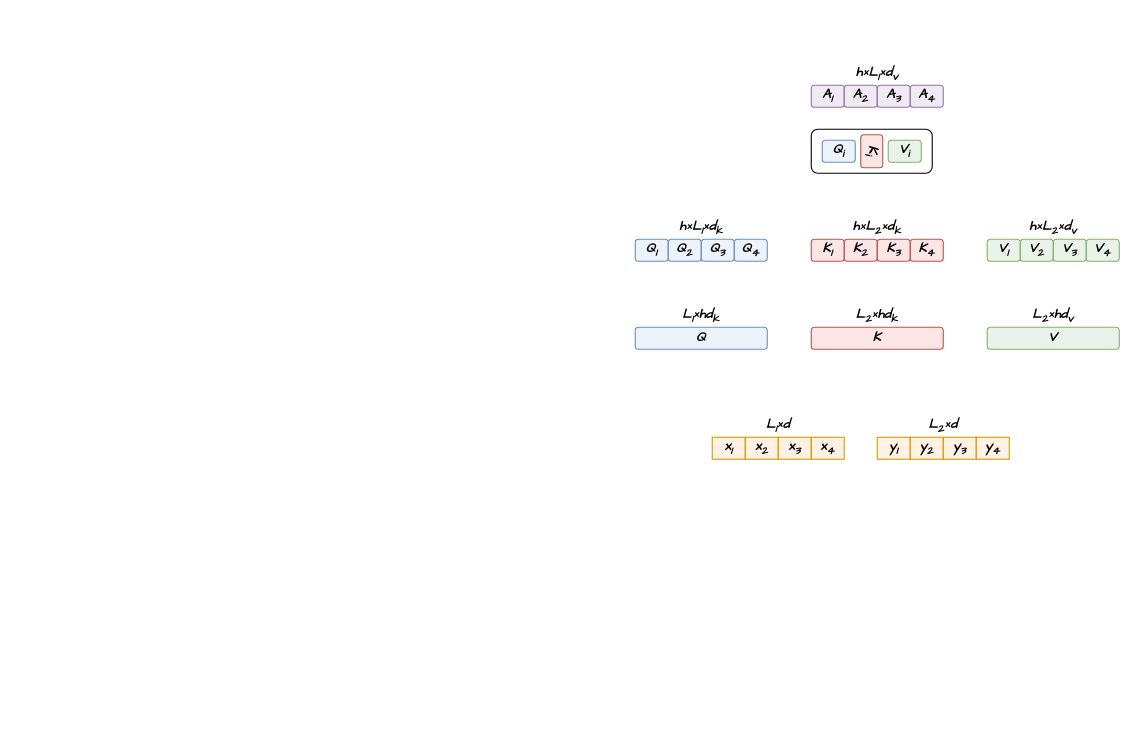
Earlier version of the draw.io diagram page "第 3 页" (3 of 3) of 未命名绘图2.drawio (ZhangzeqingCN/api-project). Source tidied: cells renumbered, new cells numbered last; positions are measured from the earlier drawing's top-left corner, leaving out a move shared by most shapes. Both pictures are drawn from the tidied source at 110%, with x=0, y=0 at pixel (635, 63).
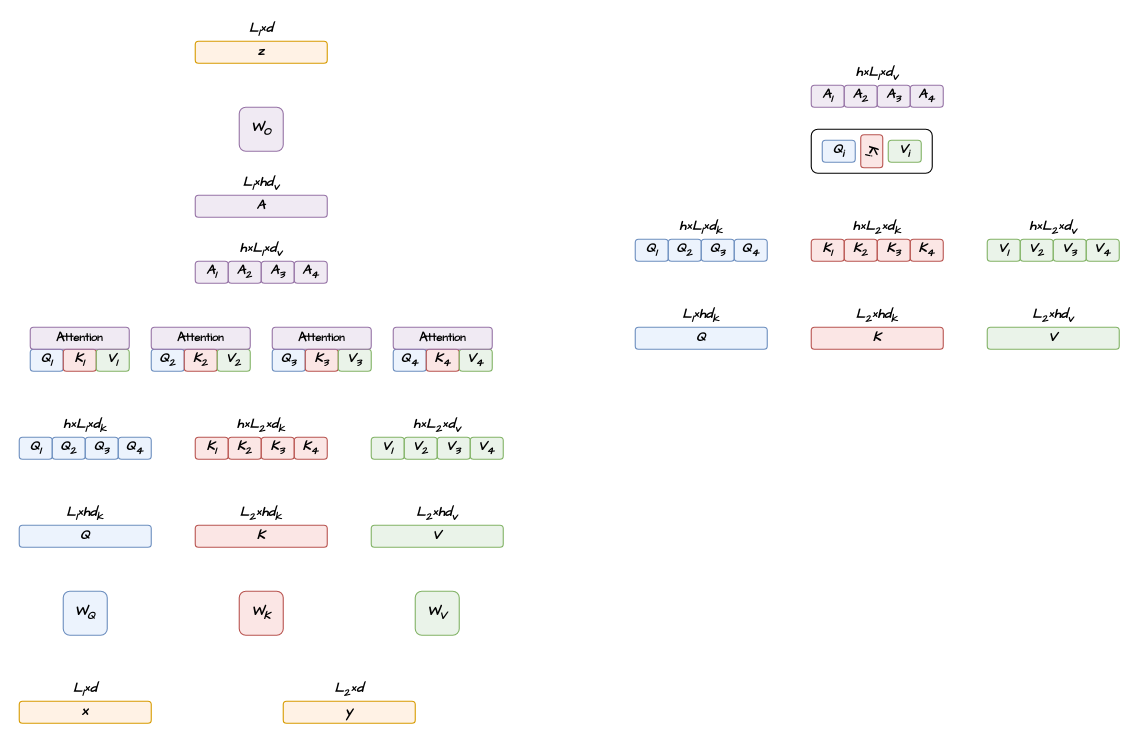
Above is the later version.

Commit message (it also covers changes not shown here):
更新未命名绘图2.drawio

Change to the diagram source:
```diff
@@
-    <mxCell id="18" value="&lt;span&gt;&lt;span&gt;x&lt;sub&gt;1&lt;/sub&gt;&lt;/span&gt;&lt;/span&gt;" style="rounded=0;whiteSpace=wrap;html=1;rotation=0;fillColor=#ffe6cc;strokeColor=#d79b00;fillOpacity=50;fontFamily=Comic Sans MS;fontStyle=3;" parent="1" vertex="1">
-      <mxGeometry x="70" y="340" width="30" height="20" as="geometry" />
-    </mxCell>
-    <mxCell id="19" value="&lt;span&gt;&lt;span&gt;x&lt;sub&gt;2&lt;/sub&gt;&lt;/span&gt;&lt;/span&gt;" style="rounded=0;whiteSpace=wrap;html=1;rotation=0;fillColor=#ffe6cc;strokeColor=#d79b00;fillOpacity=50;fontFamily=Comic Sans MS;fontStyle=3;" parent="1" vertex="1">
-      <mxGeometry x="100" y="340" width="30" height="20" as="geometry" />
-    </mxCell>
-    <mxCell id="20" value="&lt;span&gt;&lt;span&gt;x&lt;sub&gt;3&lt;/sub&gt;&lt;/span&gt;&lt;/span&gt;" style="rounded=0;whiteSpace=wrap;html=1;rotation=0;fillColor=#ffe6cc;strokeColor=#d79b00;fillOpacity=50;fontFamily=Comic Sans MS;fontStyle=3;" parent="1" vertex="1">
-      <mxGeometry x="130" y="340" width="30" height="20" as="geometry" />
-    </mxCell>
-    <mxCell id="21" value="&lt;span&gt;&lt;span&gt;x&lt;sub&gt;4&lt;/sub&gt;&lt;/span&gt;&lt;/span&gt;" style="rounded=0;whiteSpace=wrap;html=1;rotation=0;fillColor=#ffe6cc;strokeColor=#d79b00;fillOpacity=50;fontFamily=Comic Sans MS;fontStyle=3;" parent="1" vertex="1">
-      <mxGeometry x="160" y="340" width="30" height="20" as="geometry" />
-    </mxCell>
-    <mxCell id="22" value="&lt;font&gt;&lt;span&gt;&lt;span&gt;L&lt;sub&gt;1&lt;/sub&gt;×d&lt;/span&gt;&lt;/span&gt;&lt;/font&gt;" style="text;html=1;align=center;verticalAlign=middle;whiteSpace=wrap;rounded=0;fontFamily=Comic Sans MS;fontStyle=3;" parent="1" vertex="1">
-      <mxGeometry x="70" y="320" width="120" height="20" as="geometry" />
-    </mxCell>
-    <mxCell id="23" value="&lt;span&gt;&lt;span&gt;y&lt;sub&gt;1&lt;/sub&gt;&lt;/span&gt;&lt;/span&gt;" style="rounded=0;whiteSpace=wrap;html=1;rotation=0;fillColor=#ffe6cc;strokeColor=#d79b00;fillOpacity=50;fontFamily=Comic Sans MS;fontStyle=3;" parent="1" vertex="1">
-      <mxGeometry x="220" y="340" width="30" height="20" as="geometry" />
-    </mxCell>
-    <mxCell id="24" value="&lt;span&gt;&lt;span&gt;y&lt;sub&gt;2&lt;/sub&gt;&lt;/span&gt;&lt;/span&gt;" style="rounded=0;whiteSpace=wrap;html=1;rotation=0;fillColor=#ffe6cc;strokeColor=#d79b00;fillOpacity=50;fontFamily=Comic Sans MS;fontStyle=3;" parent="1" vertex="1">
-      <mxGeometry x="250" y="340" width="30" height="20" as="geometry" />
-    </mxCell>
-    <mxCell id="25" value="&lt;span&gt;&lt;span&gt;y&lt;sub&gt;3&lt;/sub&gt;&lt;/span&gt;&lt;/span&gt;" style="rounded=0;whiteSpace=wrap;html=1;rotation=0;fillColor=#ffe6cc;strokeColor=#d79b00;fillOpacity=50;fontFamily=Comic Sans MS;fontStyle=3;" parent="1" vertex="1">
-      <mxGeometry x="280" y="340" width="30" height="20" as="geometry" />
-    </mxCell>
-    <mxCell id="26" value="&lt;span&gt;&lt;span&gt;y&lt;sub&gt;4&lt;/sub&gt;&lt;/span&gt;&lt;/span&gt;" style="rounded=0;whiteSpace=wrap;html=1;rotation=0;fillColor=#ffe6cc;strokeColor=#d79b00;fillOpacity=50;fontFamily=Comic Sans MS;fontStyle=3;" parent="1" vertex="1">
-      <mxGeometry x="310" y="340" width="30" height="20" as="geometry" />
-    </mxCell>
-    <mxCell id="27" value="&lt;font&gt;&lt;span&gt;&lt;span&gt;L&lt;sub&gt;2&lt;/sub&gt;×d&lt;/span&gt;&lt;/span&gt;&lt;/font&gt;" style="text;html=1;align=center;verticalAlign=middle;whiteSpace=wrap;rounded=0;fontFamily=Comic Sans MS;fontStyle=3;" parent="1" vertex="1">
-      <mxGeometry x="220" y="320" width="120" height="20" as="geometry" />
-    </mxCell>
@@
+    <mxCell id="43" value="&lt;span&gt;&lt;span&gt;Q&lt;/span&gt;&lt;/span&gt;" style="rounded=1;whiteSpace=wrap;html=1;rotation=0;fillColor=#dae8fc;strokeColor=#6c8ebf;fillOpacity=50;fontFamily=Comic Sans MS;fontStyle=3;" parent="1" vertex="1">
+      <mxGeometry x="-560" y="420" width="120" height="20" as="geometry" />
+    </mxCell>
+    <mxCell id="44" value="&lt;font&gt;&lt;span&gt;&lt;span&gt;L&lt;sub&gt;1&lt;/sub&gt;×hd&lt;sub&gt;k&lt;/sub&gt;&lt;/span&gt;&lt;/span&gt;&lt;/font&gt;" style="text;html=1;align=center;verticalAlign=middle;whiteSpace=wrap;rounded=0;fontFamily=Comic Sans MS;fontStyle=3;" parent="1" vertex="1">
+      <mxGeometry x="-560" y="400" width="120" height="20" as="geometry" />
+    </mxCell>
+    <mxCell id="45" value="&lt;span&gt;&lt;span&gt;Q&lt;sub&gt;1&lt;/sub&gt;&lt;/span&gt;&lt;/span&gt;" style="rounded=1;whiteSpace=wrap;html=1;rotation=0;fillColor=#dae8fc;strokeColor=#6c8ebf;fillOpacity=50;fontFamily=Comic Sans MS;fontStyle=3;" parent="1" vertex="1">
+      <mxGeometry x="-560" y="340" width="30" height="20" as="geometry" />
+    </mxCell>
+    <mxCell id="46" value="&lt;span&gt;&lt;span&gt;Q&lt;sub&gt;2&lt;/sub&gt;&lt;/span&gt;&lt;/span&gt;" style="rounded=1;whiteSpace=wrap;html=1;rotation=0;fillColor=#dae8fc;strokeColor=#6c8ebf;fillOpacity=50;fontFamily=Comic Sans MS;fontStyle=3;" parent="1" vertex="1">
+      <mxGeometry x="-530" y="340" width="30" height="20" as="geometry" />
+    </mxCell>
+    <mxCell id="47" value="&lt;span&gt;&lt;span&gt;Q&lt;sub&gt;3&lt;/sub&gt;&lt;/span&gt;&lt;/span&gt;" style="rounded=1;whiteSpace=wrap;html=1;rotation=0;fillColor=#dae8fc;strokeColor=#6c8ebf;fillOpacity=50;fontFamily=Comic Sans MS;fontStyle=3;" parent="1" vertex="1">
+      <mxGeometry x="-500" y="340" width="30" height="20" as="geometry" />
+    </mxCell>
+    <mxCell id="48" value="&lt;span&gt;&lt;span&gt;Q&lt;sub&gt;4&lt;/sub&gt;&lt;/span&gt;&lt;/span&gt;" style="rounded=1;whiteSpace=wrap;html=1;rotation=0;fillColor=#dae8fc;strokeColor=#6c8ebf;fillOpacity=50;fontFamily=Comic Sans MS;fontStyle=3;" parent="1" vertex="1">
+      <mxGeometry x="-470" y="340" width="30" height="20" as="geometry" />
+    </mxCell>
+    <mxCell id="49" value="&lt;font&gt;h×&lt;span&gt;&lt;span&gt;L&lt;sub&gt;1&lt;/sub&gt;×d&lt;sub&gt;k&lt;/sub&gt;&lt;/span&gt;&lt;/span&gt;&lt;/font&gt;" style="text;html=1;align=center;verticalAlign=middle;whiteSpace=wrap;rounded=0;fontFamily=Comic Sans MS;fontStyle=3;" parent="1" vertex="1">
+      <mxGeometry x="-560" y="320" width="120" height="20" as="geometry" />
+    </mxCell>
+    <mxCell id="50" value="&lt;span&gt;&lt;span&gt;K&lt;/span&gt;&lt;/span&gt;" style="rounded=1;whiteSpace=wrap;html=1;rotation=0;fillColor=#f8cecc;strokeColor=#b85450;fillOpacity=50;fontFamily=Comic Sans MS;fontStyle=3;" parent="1" vertex="1">
+      <mxGeometry x="-400" y="420" width="120" height="20" as="geometry" />
+    </mxCell>
+    <mxCell id="51" value="&lt;font&gt;&lt;span&gt;&lt;span&gt;L&lt;sub&gt;2&lt;/sub&gt;×hd&lt;sub&gt;k&lt;/sub&gt;&lt;/span&gt;&lt;/span&gt;&lt;/font&gt;" style="text;html=1;align=center;verticalAlign=middle;whiteSpace=wrap;rounded=0;fontFamily=Comic Sans MS;fontStyle=3;" parent="1" vertex="1">
+      <mxGeometry x="-400" y="400" width="120" height="20" as="geometry" />
+    </mxCell>
+    <mxCell id="52" value="&lt;span&gt;&lt;span&gt;V&lt;/span&gt;&lt;/span&gt;" style="rounded=1;whiteSpace=wrap;html=1;rotation=0;fillColor=#d5e8d4;strokeColor=#82b366;fillOpacity=50;fontFamily=Comic Sans MS;fontStyle=3;" parent="1" vertex="1">
+      <mxGeometry x="-240" y="420" width="120" height="20" as="geometry" />
+    </mxCell>
+    <mxCell id="53" value="&lt;font&gt;&lt;span&gt;&lt;span&gt;L&lt;sub&gt;2&lt;/sub&gt;×hd&lt;sub&gt;v&lt;/sub&gt;&lt;/span&gt;&lt;/span&gt;&lt;/font&gt;" style="text;html=1;align=center;verticalAlign=middle;whiteSpace=wrap;rounded=0;fontFamily=Comic Sans MS;fontStyle=3;" parent="1" vertex="1">
+      <mxGeometry x="-240" y="400" width="120" height="20" as="geometry" />
+    </mxCell>
+    <mxCell id="54" value="&lt;span&gt;&lt;span&gt;V&lt;sub&gt;1&lt;/sub&gt;&lt;/span&gt;&lt;/span&gt;" style="rounded=1;whiteSpace=wrap;html=1;rotation=0;fillColor=#d5e8d4;strokeColor=#82b366;fillOpacity=50;fontFamily=Comic Sans MS;fontStyle=3;" parent="1" vertex="1">
+      <mxGeometry x="-240" y="340" width="30" height="20" as="geometry" />
+    </mxCell>
+    <mxCell id="55" value="&lt;span&gt;&lt;span&gt;V&lt;sub&gt;2&lt;/sub&gt;&lt;/span&gt;&lt;/span&gt;" style="rounded=1;whiteSpace=wrap;html=1;rotation=0;fillColor=#d5e8d4;strokeColor=#82b366;fillOpacity=50;fontFamily=Comic Sans MS;fontStyle=3;" parent="1" vertex="1">
+      <mxGeometry x="-210" y="340" width="30" height="20" as="geometry" />
+    </mxCell>
+    <mxCell id="56" value="&lt;font&gt;h×&lt;span&gt;&lt;span&gt;L&lt;sub&gt;2&lt;/sub&gt;&lt;/span&gt;&lt;/span&gt;×&lt;span&gt;&lt;span&gt;d&lt;sub&gt;v&lt;/sub&gt;&lt;/span&gt;&lt;/span&gt;&lt;/font&gt;" style="text;html=1;align=center;verticalAlign=middle;whiteSpace=wrap;rounded=0;fontFamily=Comic Sans MS;fontStyle=3;" parent="1" vertex="1">
+      <mxGeometry x="-240" y="320" width="120" height="20" as="geometry" />
+    </mxCell>
+    <mxCell id="57" value="&lt;span&gt;&lt;span&gt;V&lt;sub&gt;3&lt;/sub&gt;&lt;/span&gt;&lt;/span&gt;" style="rounded=1;whiteSpace=wrap;html=1;rotation=0;fillColor=#d5e8d4;strokeColor=#82b366;fillOpacity=50;fontFamily=Comic Sans MS;fontStyle=3;" parent="1" vertex="1">
+      <mxGeometry x="-180" y="340" width="30" height="20" as="geometry" />
+    </mxCell>
+    <mxCell id="58" value="&lt;span&gt;&lt;span&gt;V&lt;sub&gt;4&lt;/sub&gt;&lt;/span&gt;&lt;/span&gt;" style="rounded=1;whiteSpace=wrap;html=1;rotation=0;fillColor=#d5e8d4;strokeColor=#82b366;fillOpacity=50;fontFamily=Comic Sans MS;fontStyle=3;" parent="1" vertex="1">
+      <mxGeometry x="-150" y="340" width="30" height="20" as="geometry" />
+    </mxCell>
+    <mxCell id="59" value="&lt;span&gt;&lt;span&gt;K&lt;sub&gt;1&lt;/sub&gt;&lt;/span&gt;&lt;/span&gt;" style="rounded=1;whiteSpace=wrap;html=1;rotation=0;fillColor=#f8cecc;strokeColor=#b85450;fillOpacity=50;fontFamily=Comic Sans MS;fontStyle=3;" parent="1" vertex="1">
+      <mxGeometry x="-400" y="340" width="30" height="20" as="geometry" />
+    </mxCell>
+    <mxCell id="60" value="&lt;span&gt;&lt;span&gt;K&lt;sub&gt;2&lt;/sub&gt;&lt;/span&gt;&lt;/span&gt;" style="rounded=1;whiteSpace=wrap;html=1;rotation=0;fillColor=#f8cecc;strokeColor=#b85450;fillOpacity=50;fontFamily=Comic Sans MS;fontStyle=3;" parent="1" vertex="1">
+      <mxGeometry x="-370" y="340" width="30" height="20" as="geometry" />
+    </mxCell>
+    <mxCell id="61" value="&lt;font&gt;h×&lt;span&gt;&lt;span&gt;L&lt;sub&gt;2&lt;/sub&gt;×d&lt;sub&gt;k&lt;/sub&gt;&lt;/span&gt;&lt;/span&gt;&lt;/font&gt;" style="text;html=1;align=center;verticalAlign=middle;whiteSpace=wrap;rounded=0;fontFamily=Comic Sans MS;fontStyle=3;" parent="1" vertex="1">
+      <mxGeometry x="-400" y="320" width="120" height="20" as="geometry" />
+    </mxCell>
+    <mxCell id="62" value="&lt;span&gt;&lt;span&gt;K&lt;sub&gt;3&lt;/sub&gt;&lt;/span&gt;&lt;/span&gt;" style="rounded=1;whiteSpace=wrap;html=1;rotation=0;fillColor=#f8cecc;strokeColor=#b85450;fillOpacity=50;fontFamily=Comic Sans MS;fontStyle=3;" parent="1" vertex="1">
+      <mxGeometry x="-340" y="340" width="30" height="20" as="geometry" />
+    </mxCell>
+    <mxCell id="63" value="&lt;span&gt;&lt;span&gt;K&lt;sub&gt;4&lt;/sub&gt;&lt;/span&gt;&lt;/span&gt;" style="rounded=1;whiteSpace=wrap;html=1;rotation=0;fillColor=#f8cecc;strokeColor=#b85450;fillOpacity=50;fontFamily=Comic Sans MS;fontStyle=3;" parent="1" vertex="1">
+      <mxGeometry x="-310" y="340" width="30" height="20" as="geometry" />
+    </mxCell>
+    <mxCell id="64" style="group;" parent="1" vertex="1">
+      <mxGeometry x="-550" y="240" width="90" height="40" as="geometry" />
+    </mxCell>
+    <mxCell id="65" value="&lt;span&gt;&lt;span&gt;Q&lt;sub&gt;1&lt;/sub&gt;&lt;/span&gt;&lt;/span&gt;" style="rounded=1;whiteSpace=wrap;html=1;rotation=0;fillColor=#dae8fc;strokeColor=#6c8ebf;fillOpacity=50;fontFamily=Comic Sans MS;fontStyle=3;" parent="64" vertex="1">
+      <mxGeometry y="20" width="30" height="20" as="geometry" />
+    </mxCell>
+    <mxCell id="66" value="&lt;span&gt;&lt;span&gt;K&lt;sub&gt;1&lt;/sub&gt;&lt;/span&gt;&lt;/span&gt;" style="rounded=1;whiteSpace=wrap;html=1;rotation=0;fillColor=#f8cecc;strokeColor=#b85450;fillOpacity=50;fontFamily=Comic Sans MS;fontStyle=3;" parent="64" vertex="1">
+      <mxGeometry x="30" y="20" width="30" height="20" as="geometry" />
+    </mxCell>
+    <mxCell id="67" value="&lt;span&gt;&lt;span&gt;V&lt;sub&gt;1&lt;/sub&gt;&lt;/span&gt;&lt;/span&gt;" style="rounded=1;whiteSpace=wrap;html=1;rotation=0;fillColor=#d5e8d4;strokeColor=#82b366;fillOpacity=50;fontFamily=Comic Sans MS;fontStyle=3;" parent="64" vertex="1">
+      <mxGeometry x="60" y="20" width="30" height="20" as="geometry" />
+    </mxCell>
+    <mxCell id="68" value="&lt;span style=&quot;font-style: normal;&quot;&gt;A&lt;span style=&quot;font-size: 10px;&quot;&gt;ttention&lt;/span&gt;&lt;/span&gt;" style="rounded=1;whiteSpace=wrap;html=1;rotation=0;fillColor=#e1d5e7;strokeColor=#9673a6;fillOpacity=50;fontFamily=Comic Sans MS;fontStyle=3;" parent="64" vertex="1">
+      <mxGeometry width="90" height="20" as="geometry" />
+    </mxCell>
+    <mxCell id="69" style="group;" parent="1" vertex="1">
+      <mxGeometry x="-440" y="240" width="90" height="40" as="geometry" />
+    </mxCell>
+    <mxCell id="70" value="&lt;span&gt;&lt;span&gt;Q&lt;sub&gt;2&lt;/sub&gt;&lt;/span&gt;&lt;/span&gt;" style="rounded=1;whiteSpace=wrap;html=1;rotation=0;fillColor=#dae8fc;strokeColor=#6c8ebf;fillOpacity=50;fontFamily=Comic Sans MS;fontStyle=3;" parent="69" vertex="1">
+      <mxGeometry y="20" width="30" height="20" as="geometry" />
+    </mxCell>
+    <mxCell id="71" value="&lt;span&gt;&lt;span&gt;K&lt;sub&gt;2&lt;/sub&gt;&lt;/span&gt;&lt;/span&gt;" style="rounded=1;whiteSpace=wrap;html=1;rotation=0;fillColor=#f8cecc;strokeColor=#b85450;fillOpacity=50;fontFamily=Comic Sans MS;fontStyle=3;" parent="69" vertex="1">
+      <mxGeometry x="30" y="20" width="30" height="20" as="geometry" />
+    </mxCell>
+    <mxCell id="72" value="&lt;span&gt;&lt;span&gt;V&lt;sub&gt;2&lt;/sub&gt;&lt;/span&gt;&lt;/span&gt;" style="rounded=1;whiteSpace=wrap;html=1;rotation=0;fillColor=#d5e8d4;strokeColor=#82b366;fillOpacity=50;fontFamily=Comic Sans MS;fontStyle=3;" parent="69" vertex="1">
+      <mxGeometry x="60" y="20" width="30" height="20" as="geometry" />
+    </mxCell>
+    <mxCell id="73" value="&lt;span style=&quot;font-style: normal;&quot;&gt;A&lt;span style=&quot;font-size: 10px;&quot;&gt;ttention&lt;/span&gt;&lt;/span&gt;" style="rounded=1;whiteSpace=wrap;html=1;rotation=0;fillColor=#e1d5e7;strokeColor=#9673a6;fillOpacity=50;fontFamily=Comic Sans MS;fontStyle=3;" parent="69" vertex="1">
+      <mxGeometry width="90" height="20" as="geometry" />
+    </mxCell>
+    <mxCell id="74" style="group;" parent="1" vertex="1">
+      <mxGeometry x="-330" y="240" width="90" height="40" as="geometry" />
+    </mxCell>
+    <mxCell id="75" value="&lt;span&gt;&lt;span&gt;Q&lt;sub&gt;3&lt;/sub&gt;&lt;/span&gt;&lt;/span&gt;" style="rounded=1;whiteSpace=wrap;html=1;rotation=0;fillColor=#dae8fc;strokeColor=#6c8ebf;fillOpacity=50;fontFamily=Comic Sans MS;fontStyle=3;" parent="74" vertex="1">
+      <mxGeometry y="20" width="30" height="20" as="geometry" />
+    </mxCell>
+    <mxCell id="76" value="&lt;span&gt;&lt;span&gt;K&lt;sub&gt;3&lt;/sub&gt;&lt;/span&gt;&lt;/span&gt;" style="rounded=1;whiteSpace=wrap;html=1;rotation=0;fillColor=#f8cecc;strokeColor=#b85450;fillOpacity=50;fontFamily=Comic Sans MS;fontStyle=3;" parent="74" vertex="1">
+      <mxGeometry x="30" y="20" width="30" height="20" as="geometry" />
+    </mxCell>
+    <mxCell id="77" value="&lt;span&gt;&lt;span&gt;V&lt;sub&gt;3&lt;/sub&gt;&lt;/span&gt;&lt;/span&gt;" style="rounded=1;whiteSpace=wrap;html=1;rotation=0;fillColor=#d5e8d4;strokeColor=#82b366;fillOpacity=50;fontFamily=Comic Sans MS;fontStyle=3;" parent="74" vertex="1">
+      <mxGeometry x="60" y="20" width="30" height="20" as="geometry" />
+    </mxCell>
+    <mxCell id="78" value="&lt;span style=&quot;font-style: normal;&quot;&gt;A&lt;span style=&quot;font-size: 10px;&quot;&gt;ttention&lt;/span&gt;&lt;/span&gt;" style="rounded=1;whiteSpace=wrap;html=1;rotation=0;fillColor=#e1d5e7;strokeColor=#9673a6;fillOpacity=50;fontFamily=Comic Sans MS;fontStyle=3;" parent="74" vertex="1">
+      <mxGeometry width="90" height="20" as="geometry" />
+    </mxCell>
+    <mxCell id="79" style="group;" parent="1" vertex="1">
+      <mxGeometry x="-220" y="240" width="90" height="40" as="geometry" />
+    </mxCell>
+    <mxCell id="80" value="&lt;span&gt;&lt;span&gt;Q&lt;sub&gt;4&lt;/sub&gt;&lt;/span&gt;&lt;/span&gt;" style="rounded=1;whiteSpace=wrap;html=1;rotation=0;fillColor=#dae8fc;strokeColor=#6c8ebf;fillOpacity=50;fontFamily=Comic Sans MS;fontStyle=3;" parent="79" vertex="1">
+      <mxGeometry y="20" width="30" height="20" as="geometry" />
+    </mxCell>
+    <mxCell id="81" value="&lt;span&gt;&lt;span&gt;K&lt;sub&gt;4&lt;/sub&gt;&lt;/span&gt;&lt;/span&gt;" style="rounded=1;whiteSpace=wrap;html=1;rotation=0;fillColor=#f8cecc;strokeColor=#b85450;fillOpacity=50;fontFamily=Comic Sans MS;fontStyle=3;" parent="79" vertex="1">
+      <mxGeometry x="30" y="20" width="30" height="20" as="geometry" />
+    </mxCell>
+    <mxCell id="82" value="&lt;span&gt;&lt;span&gt;V&lt;sub&gt;4&lt;/sub&gt;&lt;/span&gt;&lt;/span&gt;" style="rounded=1;whiteSpace=wrap;html=1;rotation=0;fillColor=#d5e8d4;strokeColor=#82b366;fillOpacity=50;fontFamily=Comic Sans MS;fontStyle=3;" parent="79" vertex="1">
+      <mxGeometry x="60" y="20" width="30" height="20" as="geometry" />
+    </mxCell>
+    <mxCell id="83" value="&lt;span style=&quot;font-style: normal;&quot;&gt;A&lt;span style=&quot;font-size: 10px;&quot;&gt;ttention&lt;/span&gt;&lt;/span&gt;" style="rounded=1;whiteSpace=wrap;html=1;rotation=0;fillColor=#e1d5e7;strokeColor=#9673a6;fillOpacity=50;fontFamily=Comic Sans MS;fontStyle=3;" parent="79" vertex="1">
+      <mxGeometry width="90" height="20" as="geometry" />
+    </mxCell>
+    <mxCell id="84" style="group;" parent="1" vertex="1">
+      <mxGeometry x="-400" y="100" width="120" height="40" as="geometry" />
+    </mxCell>
+    <mxCell id="85" value="A" style="rounded=1;whiteSpace=wrap;html=1;rotation=0;fillColor=#e1d5e7;strokeColor=#9673a6;fillOpacity=50;fontFamily=Comic Sans MS;fontStyle=3;" parent="84" vertex="1">
+      <mxGeometry y="20" width="120" height="20" as="geometry" />
+    </mxCell>
+    <mxCell id="86" value="&lt;font&gt;&lt;span&gt;&lt;span&gt;L&lt;sub&gt;1&lt;/sub&gt;×hd&lt;sub&gt;v&lt;/sub&gt;&lt;/span&gt;&lt;/span&gt;&lt;/font&gt;" style="text;html=1;align=center;verticalAlign=middle;whiteSpace=wrap;rounded=0;fontFamily=Comic Sans MS;fontStyle=3;" parent="84" vertex="1">
+      <mxGeometry width="120" height="20" as="geometry" />
+    </mxCell>
+    <mxCell id="87" style="group;" parent="1" vertex="1">
+      <mxGeometry x="-400" y="160" width="120" height="40" as="geometry" />
+    </mxCell>
+    <mxCell id="88" value="A&lt;sub&gt;1&lt;/sub&gt;" style="rounded=1;whiteSpace=wrap;html=1;rotation=0;fillColor=#e1d5e7;strokeColor=#9673a6;fillOpacity=50;fontFamily=Comic Sans MS;fontStyle=3;" parent="87" vertex="1">
+      <mxGeometry y="20" width="30" height="20" as="geometry" />
+    </mxCell>
+    <mxCell id="89" value="A&lt;sub&gt;2&lt;/sub&gt;" style="rounded=1;whiteSpace=wrap;html=1;rotation=0;fillColor=#e1d5e7;strokeColor=#9673a6;fillOpacity=50;fontFamily=Comic Sans MS;fontStyle=3;" parent="87" vertex="1">
+      <mxGeometry x="30" y="20" width="30" height="20" as="geometry" />
+    </mxCell>
+    <mxCell id="90" value="A&lt;sub&gt;3&lt;/sub&gt;" style="rounded=1;whiteSpace=wrap;html=1;rotation=0;fillColor=#e1d5e7;strokeColor=#9673a6;fillOpacity=50;fontFamily=Comic Sans MS;fontStyle=3;" parent="87" vertex="1">
+      <mxGeometry x="60" y="20" width="30" height="20" as="geometry" />
+    </mxCell>
+    <mxCell id="91" value="A&lt;sub&gt;4&lt;/sub&gt;" style="rounded=1;whiteSpace=wrap;html=1;rotation=0;fillColor=#e1d5e7;strokeColor=#9673a6;fillOpacity=50;fontFamily=Comic Sans MS;fontStyle=3;" parent="87" vertex="1">
+      <mxGeometry x="90" y="20" width="30" height="20" as="geometry" />
+    </mxCell>
+    <mxCell id="92" value="&lt;font&gt;h×&lt;span&gt;&lt;span&gt;L&lt;sub&gt;1&lt;/sub&gt;×d&lt;sub&gt;v&lt;/sub&gt;&lt;/span&gt;&lt;/span&gt;&lt;/font&gt;" style="text;html=1;align=center;verticalAlign=middle;whiteSpace=wrap;rounded=0;fontFamily=Comic Sans MS;fontStyle=3;" parent="87" vertex="1">
+      <mxGeometry width="120" height="20" as="geometry" />
+    </mxCell>
+    <mxCell id="93" value="&lt;span&gt;&lt;span&gt;W&lt;sub&gt;Q&lt;/sub&gt;&lt;/span&gt;&lt;/span&gt;" style="rounded=1;whiteSpace=wrap;html=1;rotation=0;fillColor=#dae8fc;strokeColor=#6c8ebf;fillOpacity=50;fontFamily=Comic Sans MS;fontStyle=3;" parent="1" vertex="1">
+      <mxGeometry x="-520" y="480" width="40" height="40" as="geometry" />
+    </mxCell>
+    <mxCell id="94" value="&lt;span&gt;&lt;span&gt;W&lt;sub&gt;V&lt;/sub&gt;&lt;/span&gt;&lt;/span&gt;" style="rounded=1;whiteSpace=wrap;html=1;rotation=0;fillColor=#d5e8d4;strokeColor=#82b366;fillOpacity=50;fontFamily=Comic Sans MS;fontStyle=3;" parent="1" vertex="1">
+      <mxGeometry x="-200" y="480" width="40" height="40" as="geometry" />
+    </mxCell>
+    <mxCell id="95" value="&lt;span&gt;&lt;span&gt;W&lt;sub&gt;K&lt;/sub&gt;&lt;/span&gt;&lt;/span&gt;" style="rounded=1;whiteSpace=wrap;html=1;rotation=0;fillColor=#f8cecc;strokeColor=#b85450;fillOpacity=50;fontFamily=Comic Sans MS;fontStyle=3;" parent="1" vertex="1">
+      <mxGeometry x="-360" y="480" width="40" height="40" as="geometry" />
+    </mxCell>
+    <mxCell id="96" style="group;" parent="1" vertex="1">
+      <mxGeometry x="-560" y="560" width="120" height="40" as="geometry" />
+    </mxCell>
+    <mxCell id="18" value="&lt;span&gt;&lt;span&gt;x&lt;/span&gt;&lt;/span&gt;" style="rounded=1;whiteSpace=wrap;html=1;rotation=0;fillColor=#ffe6cc;strokeColor=#d79b00;fillOpacity=50;fontFamily=Comic Sans MS;fontStyle=3;" parent="96" vertex="1">
+      <mxGeometry y="20" width="120" height="20" as="geometry" />
+    </mxCell>
+    <mxCell id="22" value="&lt;font&gt;&lt;span&gt;&lt;span&gt;L&lt;sub&gt;1&lt;/sub&gt;×d&lt;/span&gt;&lt;/span&gt;&lt;/font&gt;" style="text;html=1;align=center;verticalAlign=middle;whiteSpace=wrap;rounded=0;fontFamily=Comic Sans MS;fontStyle=3;" parent="96" vertex="1">
+      <mxGeometry width="120" height="20" as="geometry" />
+    </mxCell>
+    <mxCell id="97" style="group;" parent="1" vertex="1">
+      <mxGeometry x="-320" y="560" width="120" height="40" as="geometry" />
+    </mxCell>
+    <mxCell id="23" value="&lt;span&gt;&lt;span&gt;y&lt;/span&gt;&lt;/span&gt;" style="rounded=1;whiteSpace=wrap;html=1;rotation=0;fillColor=#ffe6cc;strokeColor=#d79b00;fillOpacity=50;fontFamily=Comic Sans MS;fontStyle=3;" parent="97" vertex="1">
+      <mxGeometry y="20" width="120" height="20" as="geometry" />
+    </mxCell>
+    <mxCell id="27" value="&lt;font&gt;&lt;span&gt;&lt;span&gt;L&lt;sub&gt;2&lt;/sub&gt;×d&lt;/span&gt;&lt;/span&gt;&lt;/font&gt;" style="text;html=1;align=center;verticalAlign=middle;whiteSpace=wrap;rounded=0;fontFamily=Comic Sans MS;fontStyle=3;" parent="97" vertex="1">
+      <mxGeometry width="120" height="20" as="geometry" />
+    </mxCell>
+    <mxCell id="98" value="W&lt;sub&gt;O&lt;/sub&gt;" style="rounded=1;whiteSpace=wrap;html=1;rotation=0;fillColor=#e1d5e7;strokeColor=#9673a6;fillOpacity=50;fontFamily=Comic Sans MS;fontStyle=3;" parent="1" vertex="1">
+      <mxGeometry x="-360" y="40" width="40" height="40" as="geometry" />
+    </mxCell>
+    <mxCell id="99" style="group;" parent="1" vertex="1">
+      <mxGeometry x="-400" y="-40" width="120" height="40" as="geometry" />
+    </mxCell>
+    <mxCell id="100" value="&lt;span&gt;&lt;span&gt;z&lt;/span&gt;&lt;/span&gt;" style="rounded=1;whiteSpace=wrap;html=1;rotation=0;fillColor=#ffe6cc;strokeColor=#d79b00;fillOpacity=50;fontFamily=Comic Sans MS;fontStyle=3;" parent="99" vertex="1">
+      <mxGeometry y="20" width="120" height="20" as="geometry" />
+    </mxCell>
+    <mxCell id="101" value="&lt;font&gt;&lt;span&gt;&lt;span&gt;L&lt;sub&gt;1&lt;/sub&gt;×d&lt;/span&gt;&lt;/span&gt;&lt;/font&gt;" style="text;html=1;align=center;verticalAlign=middle;whiteSpace=wrap;rounded=0;fontFamily=Comic Sans MS;fontStyle=3;" parent="99" vertex="1">
+      <mxGeometry width="120" height="20" as="geometry" />
+    </mxCell>
```
